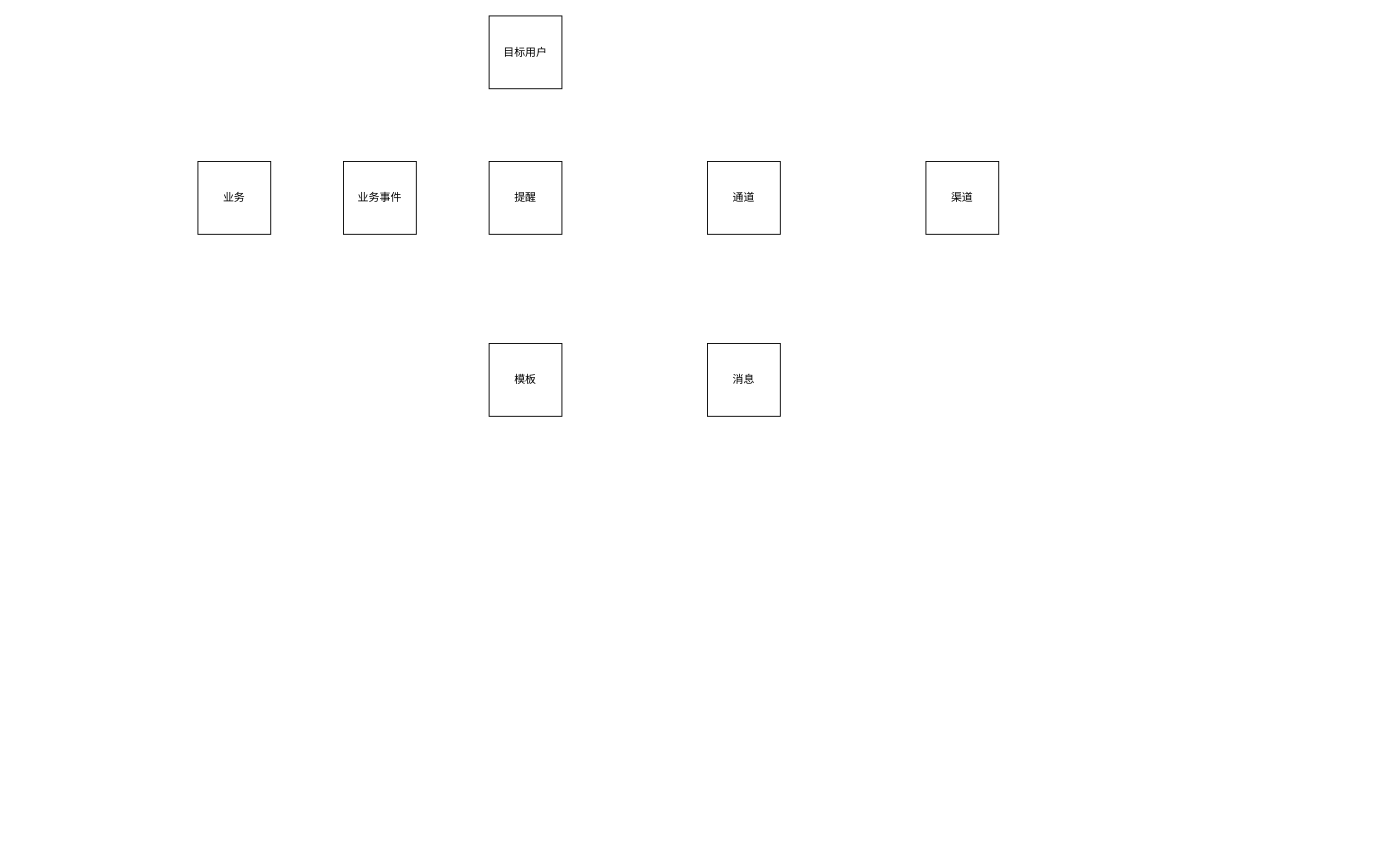
Above: page "Page-2" (2 of 2) of 业务系统/提醒中心.drawio in NonePro/UML (draw.io), before the change. Source tidied: cells renumbered, new cells numbered last; positions are measured from the earlier drawing's top-left corner, leaving out a move shared by most shapes. Both pictures are drawn from the tidied source at 91%, with x=0, y=0 at pixel (197, 15).
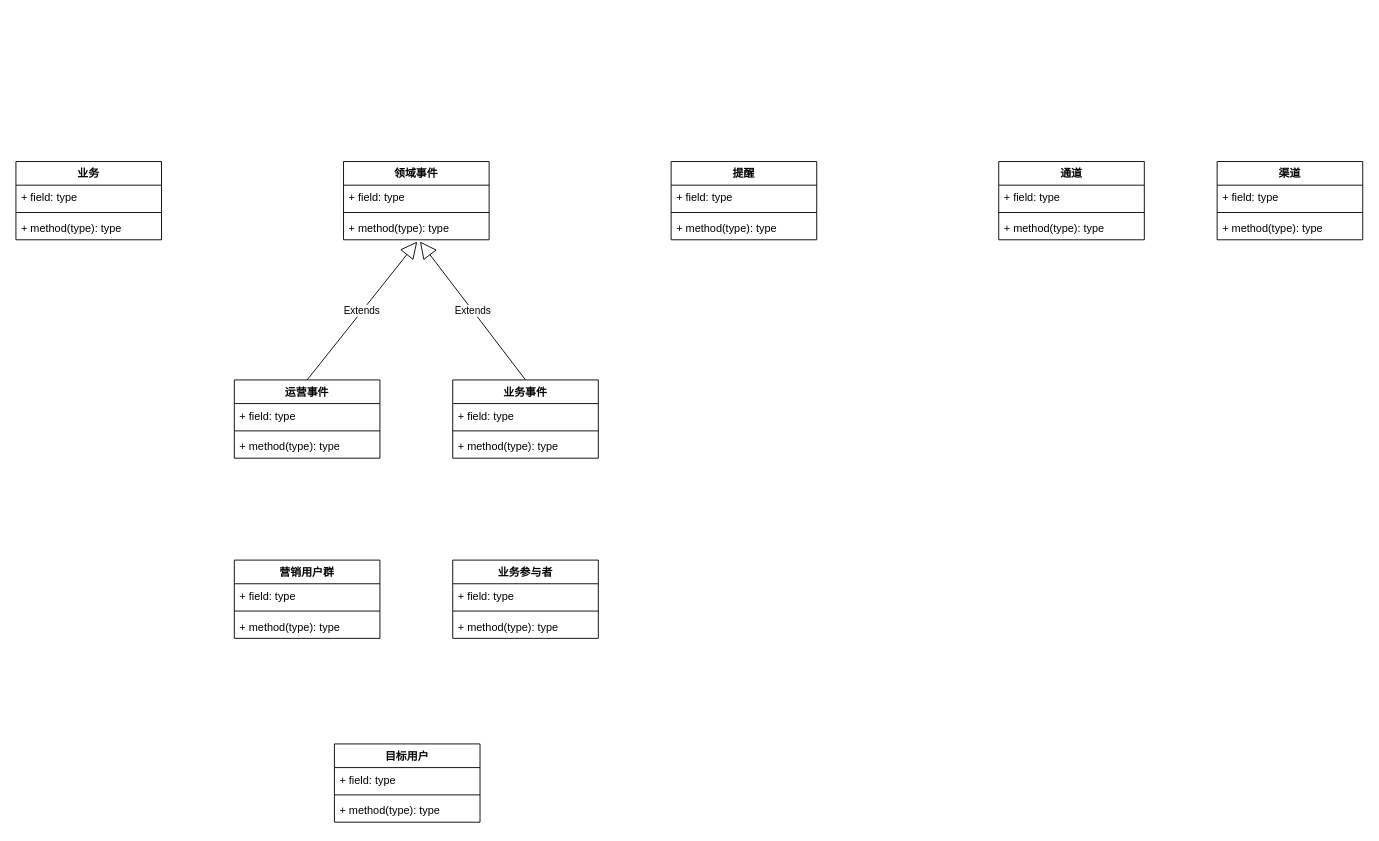
Above is the later version.

What changed in the source:
```diff
@@
-    <mxCell id="2" value="业务" style="whiteSpace=wrap;html=1;" parent="1" vertex="1">
-      <mxGeometry y="160" width="80" height="80" as="geometry" />
+    <mxCell id="2" value="业务" style="swimlane;fontStyle=1;align=center;verticalAlign=top;horizontal=1;startSize=26;" parent="1" vertex="1">
+      <mxGeometry x="-200" y="160" width="160" height="86" as="geometry" />
     </mxCell>
+    <mxCell id="10" value="+ field: type" style="text;strokeColor=none;fillColor=none;align=left;verticalAlign=top;spacingLeft=4;spacingRight=4;overflow=hidden;" parent="2" vertex="1">
+      <mxGeometry y="26" width="160" height="26" as="geometry" />
+    </mxCell>
+    <mxCell id="11" style="line;strokeWidth=1;fillColor=none;align=left;verticalAlign=middle;spacingTop=-1;spacingLeft=3;spacingRight=3;labelPosition=right;" parent="2" vertex="1">
+      <mxGeometry y="52" width="160" height="8" as="geometry" />
+    </mxCell>
+    <mxCell id="12" value="+ method(type): type" style="text;strokeColor=none;fillColor=none;align=left;verticalAlign=top;spacingLeft=4;spacingRight=4;overflow=hidden;" parent="2" vertex="1">
+      <mxGeometry y="60" width="160" height="26" as="geometry" />
+    </mxCell>
+    <mxCell id="13" value="领域事件" style="swimlane;fontStyle=1;align=center;verticalAlign=top;horizontal=1;startSize=26;" parent="1" vertex="1">
+      <mxGeometry x="160" y="160" width="160" height="86" as="geometry" />
+    </mxCell>
+    <mxCell id="14" value="+ field: type" style="text;strokeColor=none;fillColor=none;align=left;verticalAlign=top;spacingLeft=4;spacingRight=4;overflow=hidden;" parent="13" vertex="1">
+      <mxGeometry y="26" width="160" height="26" as="geometry" />
+    </mxCell>
+    <mxCell id="15" style="line;strokeWidth=1;fillColor=none;align=left;verticalAlign=middle;spacingTop=-1;spacingLeft=3;spacingRight=3;labelPosition=right;" parent="13" vertex="1">
+      <mxGeometry y="52" width="160" height="8" as="geometry" />
+    </mxCell>
+    <mxCell id="16" value="+ method(type): type" style="text;strokeColor=none;fillColor=none;align=left;verticalAlign=top;spacingLeft=4;spacingRight=4;overflow=hidden;points=[[0,0.5],[1,0.5]];portConstraint=eastwest;" parent="13" vertex="1">
+      <mxGeometry y="60" width="160" height="26" as="geometry" />
+    </mxCell>
+    <mxCell id="4" value="提醒" style="swimlane;fontStyle=1;align=center;verticalAlign=top;horizontal=1;startSize=26;" parent="1" vertex="1">
+      <mxGeometry x="520" y="160" width="160" height="86" as="geometry" />
+    </mxCell>
+    <mxCell id="17" value="+ field: type" style="text;strokeColor=none;fillColor=none;align=left;verticalAlign=top;spacingLeft=4;spacingRight=4;overflow=hidden;" parent="4" vertex="1">
+      <mxGeometry y="26" width="160" height="26" as="geometry" />
+    </mxCell>
+    <mxCell id="18" style="line;strokeWidth=1;fillColor=none;align=left;verticalAlign=middle;spacingTop=-1;spacingLeft=3;spacingRight=3;labelPosition=right;" parent="4" vertex="1">
+      <mxGeometry y="52" width="160" height="8" as="geometry" />
+    </mxCell>
+    <mxCell id="19" value="+ method(type): type" style="text;strokeColor=none;fillColor=none;align=left;verticalAlign=top;spacingLeft=4;spacingRight=4;overflow=hidden;" parent="4" vertex="1">
+      <mxGeometry y="60" width="160" height="26" as="geometry" />
+    </mxCell>
+    <mxCell id="6" value="通道" style="swimlane;fontStyle=1;align=center;verticalAlign=top;horizontal=1;startSize=26;" parent="1" vertex="1">
+      <mxGeometry x="880" y="160" width="160" height="86" as="geometry" />
+    </mxCell>
+    <mxCell id="20" value="+ field: type" style="text;strokeColor=none;fillColor=none;align=left;verticalAlign=top;spacingLeft=4;spacingRight=4;overflow=hidden;" parent="6" vertex="1">
+      <mxGeometry y="26" width="160" height="26" as="geometry" />
+    </mxCell>
+    <mxCell id="21" style="line;strokeWidth=1;fillColor=none;align=left;verticalAlign=middle;spacingTop=-1;spacingLeft=3;spacingRight=3;labelPosition=right;" parent="6" vertex="1">
+      <mxGeometry y="52" width="160" height="8" as="geometry" />
+    </mxCell>
+    <mxCell id="22" value="+ method(type): type" style="text;strokeColor=none;fillColor=none;align=left;verticalAlign=top;spacingLeft=4;spacingRight=4;overflow=hidden;" parent="6" vertex="1">
+      <mxGeometry y="60" width="160" height="26" as="geometry" />
+    </mxCell>
+    <mxCell id="7" value="渠道" style="swimlane;fontStyle=1;align=center;verticalAlign=top;horizontal=1;startSize=26;" parent="1" vertex="1">
+      <mxGeometry x="1120" y="160" width="160" height="86" as="geometry" />
+    </mxCell>
+    <mxCell id="23" value="+ field: type" style="text;strokeColor=none;fillColor=none;align=left;verticalAlign=top;spacingLeft=4;spacingRight=4;overflow=hidden;" parent="7" vertex="1">
+      <mxGeometry y="26" width="160" height="26" as="geometry" />
+    </mxCell>
+    <mxCell id="24" style="line;strokeWidth=1;fillColor=none;align=left;verticalAlign=middle;spacingTop=-1;spacingLeft=3;spacingRight=3;labelPosition=right;" parent="7" vertex="1">
+      <mxGeometry y="52" width="160" height="8" as="geometry" />
+    </mxCell>
+    <mxCell id="25" value="+ method(type): type" style="text;strokeColor=none;fillColor=none;align=left;verticalAlign=top;spacingLeft=4;spacingRight=4;overflow=hidden;" parent="7" vertex="1">
+      <mxGeometry y="60" width="160" height="26" as="geometry" />
+    </mxCell>
+    <mxCell id="26" value="运营事件" style="swimlane;fontStyle=1;align=center;verticalAlign=top;horizontal=1;startSize=26;" parent="1" vertex="1">
+      <mxGeometry x="40" y="400" width="160" height="86" as="geometry" />
+    </mxCell>
+    <mxCell id="27" value="+ field: type" style="text;strokeColor=none;fillColor=none;align=left;verticalAlign=top;spacingLeft=4;spacingRight=4;overflow=hidden;" parent="26" vertex="1">
+      <mxGeometry y="26" width="160" height="26" as="geometry" />
+    </mxCell>
+    <mxCell id="28" style="line;strokeWidth=1;fillColor=none;align=left;verticalAlign=middle;spacingTop=-1;spacingLeft=3;spacingRight=3;labelPosition=right;" parent="26" vertex="1">
+      <mxGeometry y="52" width="160" height="8" as="geometry" />
+    </mxCell>
+    <mxCell id="29" value="+ method(type): type" style="text;strokeColor=none;fillColor=none;align=left;verticalAlign=top;spacingLeft=4;spacingRight=4;overflow=hidden;" parent="26" vertex="1">
+      <mxGeometry y="60" width="160" height="26" as="geometry" />
+    </mxCell>
+    <mxCell id="30" value="Extends" style="endArrow=block;endSize=16;endFill=0;html=1;entryX=0.506;entryY=1.077;entryDx=0;entryDy=0;entryPerimeter=0;exitX=0.5;exitY=0;exitDx=0;exitDy=0;" parent="1" edge="1" source="26" target="16">
+      <mxGeometry relative="1" as="geometry" />
+    </mxCell>
-    <mxCell id="3" value="业务事件" style="whiteSpace=wrap;html=1;" parent="1" vertex="1">
-      <mxGeometry x="160" y="160" width="80" height="80" as="geometry" />
+    <mxCell id="3" value="业务事件" style="swimlane;fontStyle=1;align=center;verticalAlign=top;horizontal=1;startSize=26;" parent="1" vertex="1">
+      <mxGeometry x="280" y="400" width="160" height="86" as="geometry" />
     </mxCell>
-    <mxCell id="4" value="提醒" style="whiteSpace=wrap;html=1;" parent="1" vertex="1">
-      <mxGeometry x="320" y="160" width="80" height="80" as="geometry" />
-    </mxCell>
-    <mxCell id="5" value="消息" style="whiteSpace=wrap;html=1;" parent="1" vertex="1">
-      <mxGeometry x="560" y="360" width="80" height="80" as="geometry" />
-    </mxCell>
-    <mxCell id="6" value="通道" style="whiteSpace=wrap;html=1;" parent="1" vertex="1">
-      <mxGeometry x="560" y="160" width="80" height="80" as="geometry" />
-    </mxCell>
-    <mxCell id="7" value="渠道" style="whiteSpace=wrap;html=1;" parent="1" vertex="1">
-      <mxGeometry x="800" y="160" width="80" height="80" as="geometry" />
-    </mxCell>
-    <mxCell id="8" value="模板" style="whiteSpace=wrap;html=1;" parent="1" vertex="1">
-      <mxGeometry x="320" y="360" width="80" height="80" as="geometry" />
-    </mxCell>
+    <mxCell id="31" value="+ field: type" style="text;strokeColor=none;fillColor=none;align=left;verticalAlign=top;spacingLeft=4;spacingRight=4;overflow=hidden;" parent="3" vertex="1">
+      <mxGeometry y="26" width="160" height="26" as="geometry" />
+    </mxCell>
+    <mxCell id="32" style="line;strokeWidth=1;fillColor=none;align=left;verticalAlign=middle;spacingTop=-1;spacingLeft=3;spacingRight=3;labelPosition=right;" parent="3" vertex="1">
+      <mxGeometry y="52" width="160" height="8" as="geometry" />
+    </mxCell>
+    <mxCell id="33" value="+ method(type): type" style="text;strokeColor=none;fillColor=none;align=left;verticalAlign=top;spacingLeft=4;spacingRight=4;overflow=hidden;" parent="3" vertex="1">
+      <mxGeometry y="60" width="160" height="26" as="geometry" />
+    </mxCell>
+    <mxCell id="34" value="Extends" style="endArrow=block;endSize=16;endFill=0;html=1;exitX=0.5;exitY=0;exitDx=0;exitDy=0;entryX=0.525;entryY=1.077;entryDx=0;entryDy=0;entryPerimeter=0;" parent="1" edge="1" source="3" target="16">
+      <mxGeometry relative="1" as="geometry" />
+    </mxCell>
-    <mxCell id="9" value="目标用户" style="whiteSpace=wrap;html=1;" parent="1" vertex="1">
-      <mxGeometry x="320" width="80" height="80" as="geometry" />
+    <mxCell id="9" value="目标用户" style="swimlane;fontStyle=1;align=center;verticalAlign=top;horizontal=1;startSize=26;" parent="1" vertex="1">
+      <mxGeometry x="150" y="800" width="160" height="86" as="geometry" />
     </mxCell>
+    <mxCell id="35" value="+ field: type" style="text;strokeColor=none;fillColor=none;align=left;verticalAlign=top;spacingLeft=4;spacingRight=4;overflow=hidden;" parent="9" vertex="1">
+      <mxGeometry y="26" width="160" height="26" as="geometry" />
+    </mxCell>
+    <mxCell id="36" style="line;strokeWidth=1;fillColor=none;align=left;verticalAlign=middle;spacingTop=-1;spacingLeft=3;spacingRight=3;labelPosition=right;" parent="9" vertex="1">
+      <mxGeometry y="52" width="160" height="8" as="geometry" />
+    </mxCell>
+    <mxCell id="37" value="+ method(type): type" style="text;strokeColor=none;fillColor=none;align=left;verticalAlign=top;spacingLeft=4;spacingRight=4;overflow=hidden;" parent="9" vertex="1">
+      <mxGeometry y="60" width="160" height="26" as="geometry" />
+    </mxCell>
+    <mxCell id="38" value="营销用户群" style="swimlane;fontStyle=1;align=center;verticalAlign=top;horizontal=1;startSize=26;" parent="1" vertex="1">
+      <mxGeometry x="40" y="598" width="160" height="86" as="geometry" />
+    </mxCell>
+    <mxCell id="39" value="+ field: type" style="text;strokeColor=none;fillColor=none;align=left;verticalAlign=top;spacingLeft=4;spacingRight=4;overflow=hidden;" parent="38" vertex="1">
+      <mxGeometry y="26" width="160" height="26" as="geometry" />
+    </mxCell>
+    <mxCell id="40" style="line;strokeWidth=1;fillColor=none;align=left;verticalAlign=middle;spacingTop=-1;spacingLeft=3;spacingRight=3;labelPosition=right;" parent="38" vertex="1">
+      <mxGeometry y="52" width="160" height="8" as="geometry" />
+    </mxCell>
+    <mxCell id="41" value="+ method(type): type" style="text;strokeColor=none;fillColor=none;align=left;verticalAlign=top;spacingLeft=4;spacingRight=4;overflow=hidden;" parent="38" vertex="1">
+      <mxGeometry y="60" width="160" height="26" as="geometry" />
+    </mxCell>
+    <mxCell id="42" value="业务参与者" style="swimlane;fontStyle=1;align=center;verticalAlign=top;horizontal=1;startSize=26;" parent="1" vertex="1">
+      <mxGeometry x="280" y="598" width="160" height="86" as="geometry" />
+    </mxCell>
+    <mxCell id="43" value="+ field: type" style="text;strokeColor=none;fillColor=none;align=left;verticalAlign=top;spacingLeft=4;spacingRight=4;overflow=hidden;" parent="42" vertex="1">
+      <mxGeometry y="26" width="160" height="26" as="geometry" />
+    </mxCell>
+    <mxCell id="44" style="line;strokeWidth=1;fillColor=none;align=left;verticalAlign=middle;spacingTop=-1;spacingLeft=3;spacingRight=3;labelPosition=right;" parent="42" vertex="1">
+      <mxGeometry y="52" width="160" height="8" as="geometry" />
+    </mxCell>
+    <mxCell id="45" value="+ method(type): type" style="text;strokeColor=none;fillColor=none;align=left;verticalAlign=top;spacingLeft=4;spacingRight=4;overflow=hidden;" parent="42" vertex="1">
+      <mxGeometry y="60" width="160" height="26" as="geometry" />
+    </mxCell>
```
